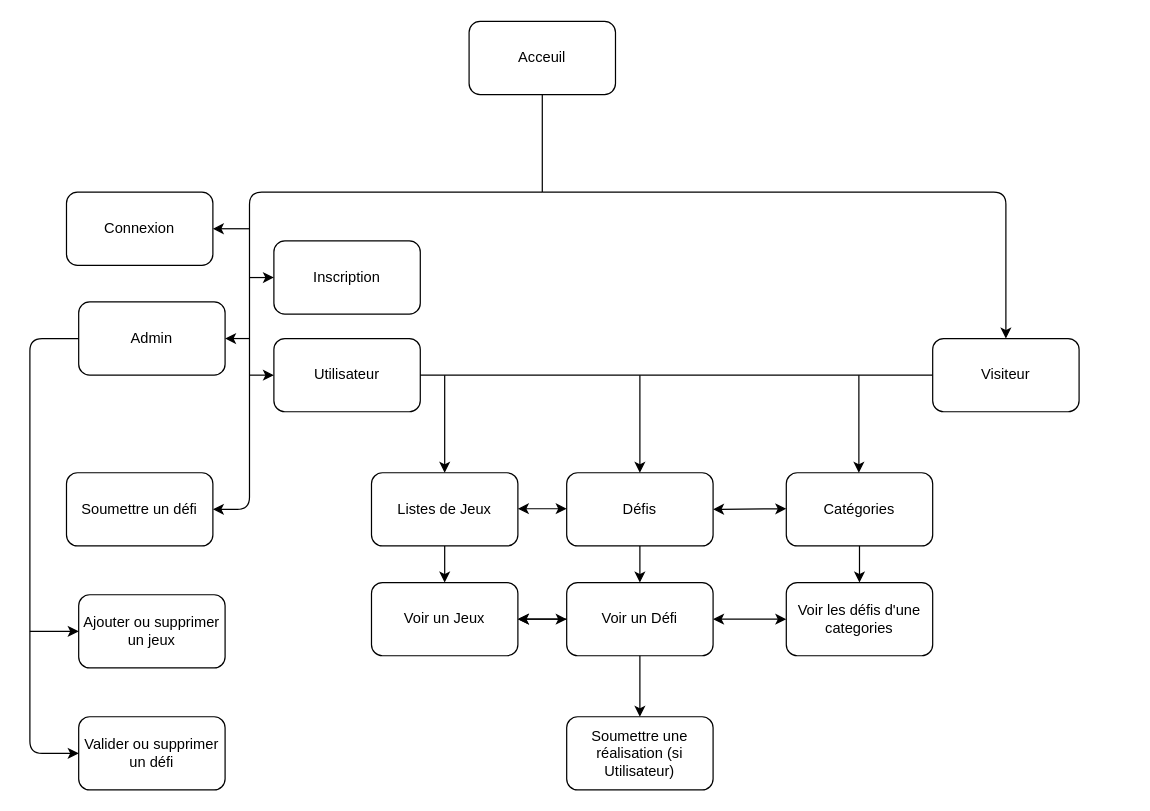
Before: doc/Arborescence.drawio in RomainCenturioni/Gamer-Challenge-Back, a draw.io diagram. Source tidied: cells renumbered, new cells numbered last; positions are measured from the earlier drawing's top-left corner, leaving out a move shared by most shapes. Both pictures are drawn from the tidied source at 122%, with x=0, y=0 at pixel (29, 21).
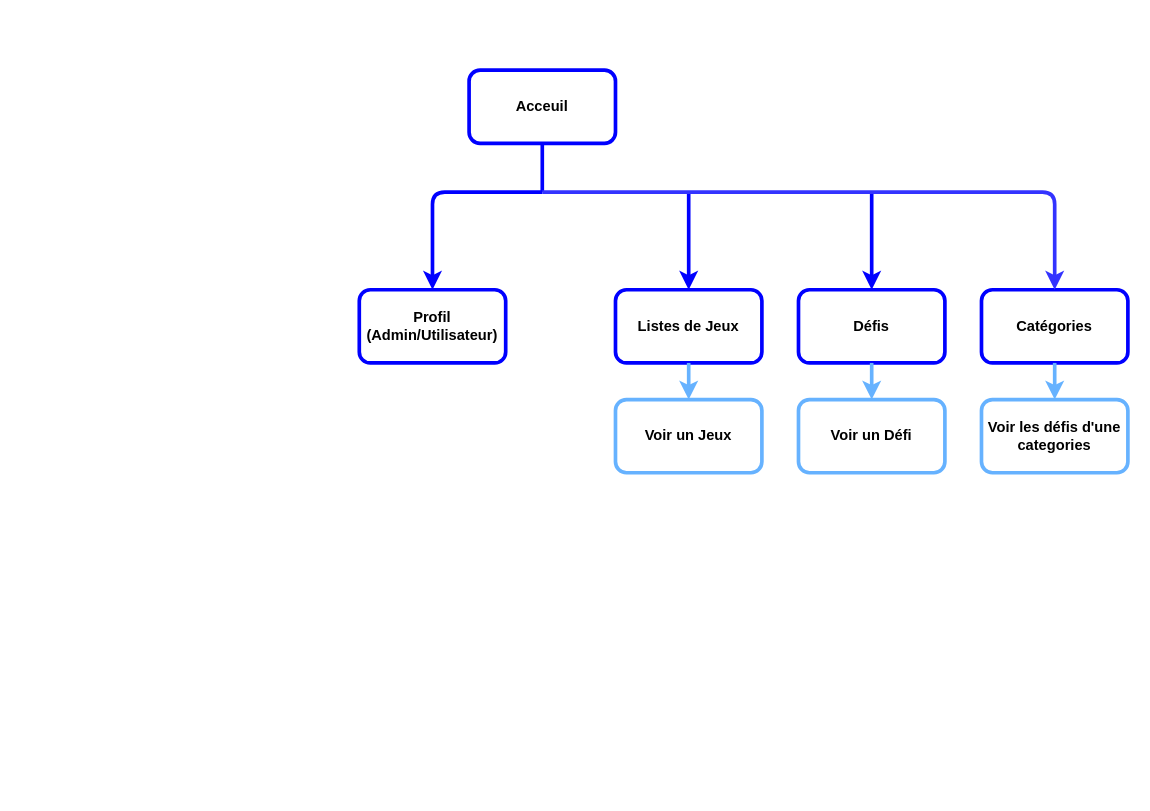
The same diagram, later.

The edit, as a diff of the source:
```diff
@@
-    <mxCell id="2" value="Acceuil" style="rounded=1;whiteSpace=wrap;html=1;" parent="1" vertex="1">
-      <mxGeometry x="360" width="120" height="60" as="geometry" />
+    <mxCell id="2" value="&lt;b&gt;Acceuil&lt;/b&gt;" style="rounded=1;whiteSpace=wrap;html=1;strokeColor=#0000FF;strokeWidth=3;" parent="1" vertex="1">
+      <mxGeometry x="360" y="40" width="120" height="60" as="geometry" />
     </mxCell>
-    <mxCell id="3" style="endArrow=none;html=1;entryX=0.5;entryY=1;entryDx=0;entryDy=0;" parent="1" edge="1" target="2">
+    <mxCell id="3" style="endArrow=none;html=1;entryX=0.5;entryY=1;entryDx=0;entryDy=0;fillColor=#0000FF;strokeWidth=3;strokeColor=#0000FF;" parent="1" edge="1" target="2">
       <mxGeometry relative="1" as="geometry">
         <mxPoint x="420" y="140" as="sourcePoint" />
       </mxGeometry>
     </mxCell>
-    <mxCell id="4" value="Visiteur" style="rounded=1;whiteSpace=wrap;html=1;" parent="1" vertex="1">
-      <mxGeometry x="740" y="260" width="120" height="60" as="geometry" />
-    </mxCell>
-    <mxCell id="5" value="Inscription" style="rounded=1;whiteSpace=wrap;html=1;" parent="1" vertex="1">
-      <mxGeometry x="200" y="180" width="120" height="60" as="geometry" />
-    </mxCell>
-    <mxCell id="6" value="Connexion" style="rounded=1;whiteSpace=wrap;html=1;" parent="1" vertex="1">
-      <mxGeometry x="30" y="140" width="120" height="60" as="geometry" />
-    </mxCell>
-    <mxCell id="7" value="Utilisateur" style="rounded=1;whiteSpace=wrap;html=1;" parent="1" vertex="1">
-      <mxGeometry x="200" y="260" width="120" height="60" as="geometry" />
-    </mxCell>
-    <mxCell id="8" style="endArrow=none;html=1;entryX=0;entryY=0.5;entryDx=0;entryDy=0;exitX=1;exitY=0.5;exitDx=0;exitDy=0;" parent="1" edge="1" source="7" target="4">
-      <mxGeometry relative="1" as="geometry" />
-    </mxCell>
-    <mxCell id="9" value="Défis" style="rounded=1;whiteSpace=wrap;html=1;" parent="1" vertex="1">
-      <mxGeometry x="440" y="370" width="120" height="60" as="geometry" />
+    <mxCell id="9" value="&lt;b&gt;Défis&lt;/b&gt;" style="rounded=1;whiteSpace=wrap;html=1;strokeColor=#0000FF;strokeWidth=3;" parent="1" vertex="1">
+      <mxGeometry x="630" y="220" width="120" height="60" as="geometry" />
     </mxCell>
-    <mxCell id="10" value="Soumettre un défi" style="rounded=1;whiteSpace=wrap;html=1;" parent="1" vertex="1">
-      <mxGeometry x="30" y="370" width="120" height="60" as="geometry" />
-    </mxCell>
-    <mxCell id="11" value="Soumettre une réalisation (si Utilisateur)" style="rounded=1;whiteSpace=wrap;html=1;" parent="1" vertex="1">
-      <mxGeometry x="440" y="570" width="120" height="60" as="geometry" />
-    </mxCell>
-    <mxCell id="12" value="Listes de Jeux" style="rounded=1;whiteSpace=wrap;html=1;" parent="1" vertex="1">
-      <mxGeometry x="280" y="370" width="120" height="60" as="geometry" />
+    <mxCell id="12" value="&lt;b&gt;Listes de Jeux&lt;/b&gt;" style="rounded=1;whiteSpace=wrap;html=1;strokeColor=#0000FF;strokeWidth=3;" parent="1" vertex="1">
+      <mxGeometry x="480" y="220" width="120" height="60" as="geometry" />
     </mxCell>
-    <mxCell id="13" value="Voir un Jeux" style="rounded=1;whiteSpace=wrap;html=1;" parent="1" vertex="1">
-      <mxGeometry x="280" y="460" width="120" height="60" as="geometry" />
+    <mxCell id="13" value="&lt;b&gt;Voir un Jeux&lt;/b&gt;" style="rounded=1;whiteSpace=wrap;html=1;strokeColor=#66B2FF;strokeWidth=3;" parent="1" vertex="1">
+      <mxGeometry x="480" y="310" width="120" height="60" as="geometry" />
     </mxCell>
-    <mxCell id="14" style="edgeStyle=none;html=1;" parent="1" edge="1" source="15" target="13">
-      <mxGeometry relative="1" as="geometry" />
-    </mxCell>
-    <mxCell id="15" value="Voir un Défi" style="rounded=1;whiteSpace=wrap;html=1;" parent="1" vertex="1">
-      <mxGeometry x="440" y="460" width="120" height="60" as="geometry" />
+    <mxCell id="15" value="&lt;b&gt;Voir un Défi&lt;/b&gt;" style="rounded=1;whiteSpace=wrap;html=1;strokeColor=#66B2FF;strokeWidth=3;" parent="1" vertex="1">
+      <mxGeometry x="630" y="310" width="120" height="60" as="geometry" />
     </mxCell>
-    <mxCell id="16" value="Catégories" style="rounded=1;whiteSpace=wrap;html=1;" parent="1" vertex="1">
-      <mxGeometry x="620" y="370" width="120" height="60" as="geometry" />
+    <mxCell id="16" value="&lt;b&gt;Catégories&lt;/b&gt;" style="rounded=1;whiteSpace=wrap;html=1;strokeColor=#0000FF;strokeWidth=3;" parent="1" vertex="1">
+      <mxGeometry x="780" y="220" width="120" height="60" as="geometry" />
     </mxCell>
-    <mxCell id="17" value="Voir les défis d'une categories" style="rounded=1;whiteSpace=wrap;html=1;" parent="1" vertex="1">
-      <mxGeometry x="620" y="460" width="120" height="60" as="geometry" />
+    <mxCell id="17" value="&lt;b&gt;Voir les défis d'une categories&lt;/b&gt;" style="rounded=1;whiteSpace=wrap;html=1;strokeColor=#66B2FF;strokeWidth=3;" parent="1" vertex="1">
+      <mxGeometry x="780" y="310" width="120" height="60" as="geometry" />
     </mxCell>
-    <mxCell id="18" value="Admin" style="rounded=1;whiteSpace=wrap;html=1;" parent="1" vertex="1">
-      <mxGeometry x="40" y="230" width="120" height="60" as="geometry" />
-    </mxCell>
-    <mxCell id="19" value="Ajouter ou supprimer un jeux" style="rounded=1;whiteSpace=wrap;html=1;" parent="1" vertex="1">
-      <mxGeometry x="40" y="470" width="120" height="60" as="geometry" />
-    </mxCell>
-    <mxCell id="20" value="Valider ou supprimer un défi" style="rounded=1;whiteSpace=wrap;html=1;" parent="1" vertex="1">
-      <mxGeometry x="40" y="570" width="120" height="60" as="geometry" />
+    <mxCell id="20" value="&lt;b&gt;Profil (Admin/Utilisateur)&lt;/b&gt;" style="rounded=1;whiteSpace=wrap;html=1;strokeColor=#0000FF;strokeWidth=3;" parent="1" vertex="1">
+      <mxGeometry x="270" y="220" width="120" height="60" as="geometry" />
     </mxCell>
-    <mxCell id="21" style="endArrow=classic;html=1;entryX=0.5;entryY=0;entryDx=0;entryDy=0;" parent="1" edge="1" target="12">
-      <mxGeometry relative="1" as="geometry">
-        <mxPoint x="340" y="290" as="sourcePoint" />
-      </mxGeometry>
-    </mxCell>
-    <mxCell id="22" style="endArrow=classic;html=1;entryX=0.5;entryY=0;entryDx=0;entryDy=0;" parent="1" edge="1" target="9">
+    <mxCell id="22" style="endArrow=classic;html=1;entryX=0.5;entryY=0;entryDx=0;entryDy=0;fillColor=#0000FF;strokeWidth=3;strokeColor=#0000FF;" parent="1" edge="1" target="9">
       <mxGeometry relative="1" as="geometry">
-        <mxPoint x="500" y="290" as="sourcePoint" />
+        <mxPoint x="690" y="140" as="sourcePoint" />
       </mxGeometry>
     </mxCell>
-    <mxCell id="23" style="endArrow=classic;html=1;entryX=0.5;entryY=0;entryDx=0;entryDy=0;" parent="1" edge="1">
-      <mxGeometry relative="1" as="geometry">
-        <mxPoint x="679.5" y="290" as="sourcePoint" />
-        <mxPoint x="679.5" y="370" as="targetPoint" />
-      </mxGeometry>
-    </mxCell>
-    <mxCell id="24" style="endArrow=classic;html=1;entryX=0.5;entryY=0;entryDx=0;entryDy=0;exitX=0.5;exitY=1;exitDx=0;exitDy=0;" parent="1" edge="1" source="16" target="17">
+    <mxCell id="24" style="endArrow=classic;html=1;entryX=0.5;entryY=0;entryDx=0;entryDy=0;exitX=0.5;exitY=1;exitDx=0;exitDy=0;strokeWidth=3;strokeColor=#66B2FF;" parent="1" edge="1" source="16" target="17">
       <mxGeometry relative="1" as="geometry" />
     </mxCell>
-    <mxCell id="25" style="endArrow=classic;html=1;entryX=1;entryY=0.5;entryDx=0;entryDy=0;" parent="1" edge="1" target="6">
-      <mxGeometry relative="1" as="geometry">
-        <mxPoint x="180" y="170" as="sourcePoint" />
-      </mxGeometry>
-    </mxCell>
-    <mxCell id="26" style="endArrow=classic;html=1;entryX=0;entryY=0.5;entryDx=0;entryDy=0;" parent="1" edge="1" target="5">
-      <mxGeometry relative="1" as="geometry">
-        <mxPoint x="180" y="210" as="sourcePoint" />
-      </mxGeometry>
-    </mxCell>
-    <mxCell id="27" style="endArrow=classic;html=1;exitX=0.5;exitY=1;exitDx=0;exitDy=0;entryX=0.5;entryY=0;entryDx=0;entryDy=0;" parent="1" edge="1" source="12" target="13">
+    <mxCell id="27" style="endArrow=classic;html=1;exitX=0.5;exitY=1;exitDx=0;exitDy=0;entryX=0.5;entryY=0;entryDx=0;entryDy=0;strokeWidth=3;strokeColor=#66B2FF;" parent="1" edge="1" source="12" target="13">
       <mxGeometry relative="1" as="geometry" />
     </mxCell>
-    <mxCell id="28" style="endArrow=classic;html=1;exitX=0.5;exitY=1;exitDx=0;exitDy=0;entryX=0.5;entryY=0;entryDx=0;entryDy=0;" parent="1" edge="1" source="9" target="15">
+    <mxCell id="28" style="endArrow=classic;html=1;exitX=0.5;exitY=1;exitDx=0;exitDy=0;entryX=0.5;entryY=0;entryDx=0;entryDy=0;strokeWidth=3;strokeColor=#66B2FF;" parent="1" edge="1" source="9" target="15">
       <mxGeometry relative="1" as="geometry" />
     </mxCell>
-    <mxCell id="29" style="endArrow=classic;html=1;entryX=0.5;entryY=0;entryDx=0;entryDy=0;exitX=0.5;exitY=1;exitDx=0;exitDy=0;" parent="1" edge="1" source="15" target="11">
-      <mxGeometry relative="1" as="geometry" />
-    </mxCell>
-    <mxCell id="30" style="endArrow=classic;startArrow=classic;html=1;entryX=0;entryY=0.5;entryDx=0;entryDy=0;exitX=1;exitY=0.5;exitDx=0;exitDy=0;" parent="1" edge="1" source="13" target="15">
-      <mxGeometry relative="1" as="geometry" />
-    </mxCell>
-    <mxCell id="31" style="endArrow=classic;startArrow=classic;html=1;exitX=1;exitY=0.5;exitDx=0;exitDy=0;" parent="1" edge="1" source="15" target="17">
-      <mxGeometry relative="1" as="geometry" />
-    </mxCell>
-    <mxCell id="32" style="endArrow=classic;html=1;entryX=0;entryY=0.5;entryDx=0;entryDy=0;" parent="1" edge="1" target="19">
-      <mxGeometry relative="1" as="geometry">
-        <mxPoint y="500" as="sourcePoint" />
-      </mxGeometry>
-    </mxCell>
-    <mxCell id="33" style="endArrow=classic;html=1;entryX=0.5;entryY=0;entryDx=0;entryDy=0;" parent="1" edge="1" target="4">
-      <mxGeometry relative="1" as="geometry">
-        <mxPoint x="420" y="140" as="sourcePoint" />
-        <Array as="points">
-          <mxPoint x="800" y="140" />
-        </Array>
-      </mxGeometry>
-    </mxCell>
-    <mxCell id="34" style="endArrow=classic;html=1;entryX=1;entryY=0.5;entryDx=0;entryDy=0;" parent="1" edge="1" target="10">
-      <mxGeometry relative="1" as="geometry">
-        <mxPoint x="420" y="140" as="sourcePoint" />
-        <Array as="points">
-          <mxPoint x="180" y="140" />
-          <mxPoint x="180" y="400" />
-        </Array>
-      </mxGeometry>
-    </mxCell>
-    <mxCell id="35" style="endArrow=classic;html=1;exitX=0;exitY=0.5;exitDx=0;exitDy=0;entryX=0;entryY=0.5;entryDx=0;entryDy=0;" parent="1" edge="1" source="18" target="20">
+    <mxCell id="35" style="endArrow=classic;html=1;strokeWidth=3;strokeColor=#0000FF;" parent="1" edge="1">
       <mxGeometry relative="1" as="geometry">
+        <mxPoint x="420" y="140" as="sourcePoint" />
+        <mxPoint x="330" y="220" as="targetPoint" />
         <Array as="points">
-          <mxPoint y="260" />
-          <mxPoint y="600" />
+          <mxPoint x="330" y="140" />
         </Array>
       </mxGeometry>
     </mxCell>
-    <mxCell id="36" style="endArrow=classic;html=1;entryX=1;entryY=0.5;entryDx=0;entryDy=0;" parent="1" edge="1" target="18">
-      <mxGeometry relative="1" as="geometry">
-        <mxPoint x="180" y="260" as="sourcePoint" />
-      </mxGeometry>
-    </mxCell>
-    <mxCell id="37" style="endArrow=classic;html=1;entryX=0;entryY=0.5;entryDx=0;entryDy=0;" parent="1" edge="1" target="7">
-      <mxGeometry relative="1" as="geometry">
-        <mxPoint x="180" y="290" as="sourcePoint" />
-      </mxGeometry>
-    </mxCell>
-    <mxCell id="38" style="endArrow=classic;startArrow=classic;html=1;entryX=0;entryY=0.5;entryDx=0;entryDy=0;exitX=1;exitY=0.5;exitDx=0;exitDy=0;" parent="1" edge="1">
-      <mxGeometry relative="1" as="geometry">
-        <mxPoint x="400" y="399.5" as="sourcePoint" />
-        <mxPoint x="440" y="399.5" as="targetPoint" />
-      </mxGeometry>
-    </mxCell>
-    <mxCell id="39" style="endArrow=classic;startArrow=classic;html=1;entryX=0;entryY=0.5;entryDx=0;entryDy=0;exitX=1;exitY=0.5;exitDx=0;exitDy=0;" parent="1" edge="1" source="9">
-      <mxGeometry relative="1" as="geometry">
-        <mxPoint x="620" y="399.5" as="targetPoint" />
-      </mxGeometry>
-    </mxCell>
+    <mxCell id="40" style="endArrow=classic;html=1;fillColor=#0000FF;strokeWidth=3;strokeColor=#0000FF;" parent="1" edge="1" target="12">
+      <mxGeometry relative="1" as="geometry">
+        <mxPoint x="540" y="140" as="sourcePoint" />
+      </mxGeometry>
+    </mxCell>
+    <mxCell id="41" style="endArrow=classic;html=1;entryX=0.5;entryY=0;entryDx=0;entryDy=0;strokeWidth=3;strokeColor=#3333FF;" parent="1" edge="1" target="16">
+      <mxGeometry relative="1" as="geometry">
+        <mxPoint x="420" y="140" as="sourcePoint" />
+        <Array as="points">
+          <mxPoint x="840" y="140" />
+        </Array>
+      </mxGeometry>
+    </mxCell>
```
